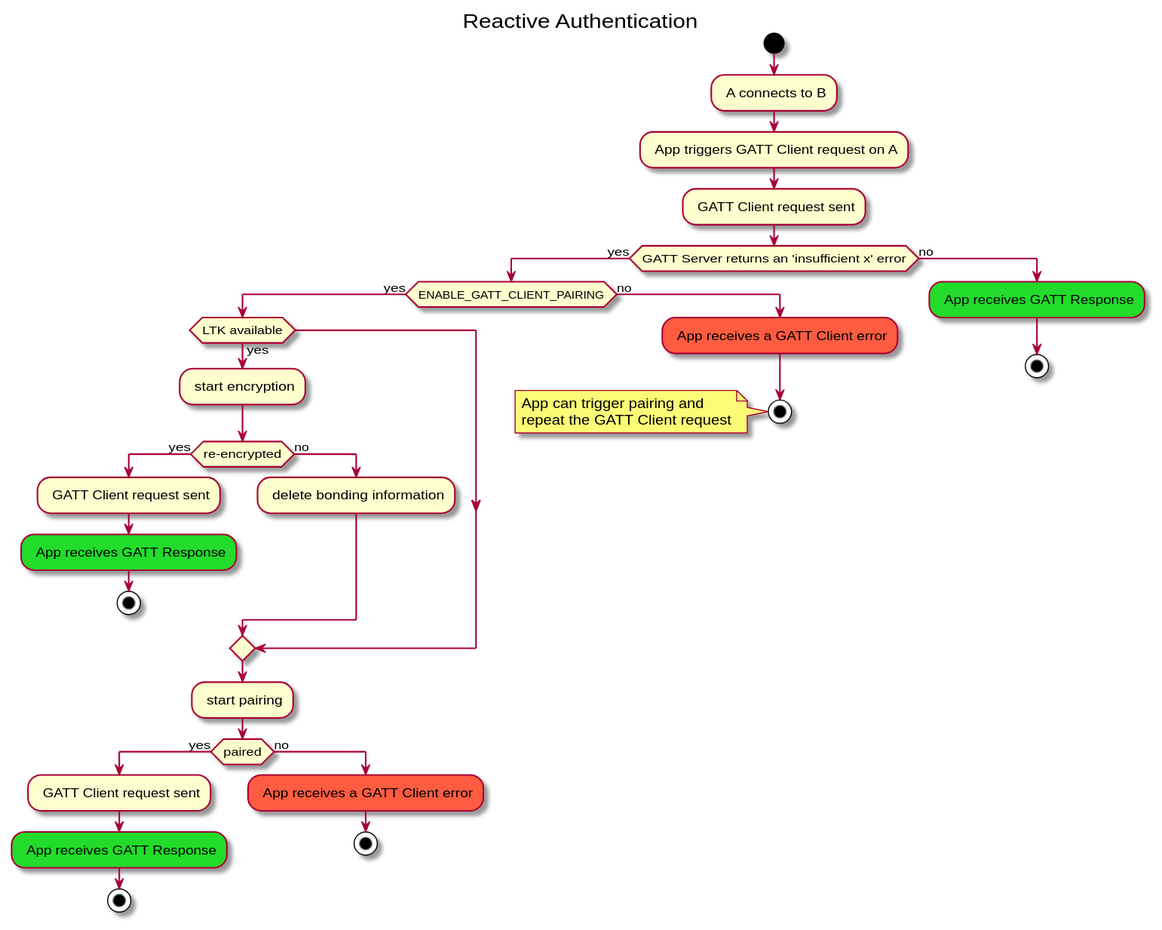
This is doc/manual/docs/picts/le_security_flow_control_reactive_authentication.svg from bluekitchen/btstack, a PlantUML export, as it was before one commit. The source it was exported from:
```plantuml
@startuml
title Reactive Authentication
start
: A connects to B;
: App triggers GATT Client request on A;
: GATT Client request sent;

if (GATT Server returns an 'insufficient x' error) then (yes)
  if (ENABLE_GATT_CLIENT_PAIRING) then (yes)
    if (LTK available) then (yes)
      : start encryption;
      if (re-encrypted) then (yes)
        : GATT Client request sent;
        #23DB2B : App receives GATT Response;
        stop
      else (no)
        : delete bonding information;
      endif
   endif
    : start pairing;
      if (paired) then (yes)
        : GATT Client request sent;
        #23DB2B : App receives GATT Response;
        stop
      else (no)
        #FD5B41 : App receives a GATT Client error;
        stop
      endif
  else (no)
    #FD5B41 : App receives a GATT Client error;
    stop
    note left
      App can trigger pairing and
      repeat the GATT Client request
    end note
  endif
else (no)
  #23DB2B : App receives GATT Response;
  stop
endif
@enduml
```
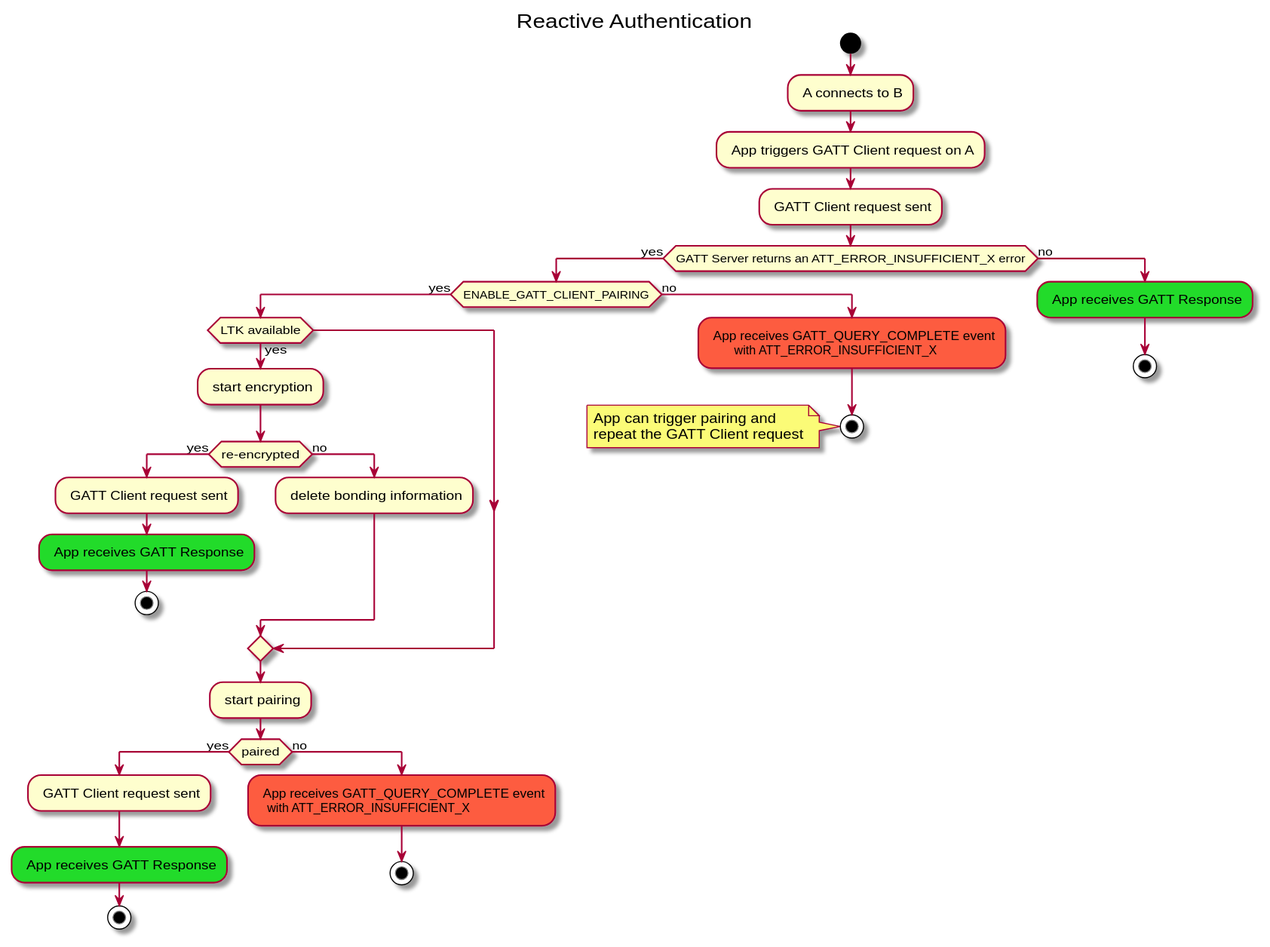
After the change.

Commit message:
doc: update le security authenticaiton flow control

The edit, as a diff of the source:
```diff
@@ -5,7 +5,7 @@
 : App triggers GATT Client request on A;
 : GATT Client request sent;
 
-if (GATT Server returns an 'insufficient x' error) then (yes)
+if (GATT Server returns an ATT_ERROR_INSUFFICIENT_X error) then (yes)
   if (ENABLE_GATT_CLIENT_PAIRING) then (yes)
     if (LTK available) then (yes)
       : start encryption;
@@ -16,18 +16,22 @@
       else (no)
         : delete bonding information;
       endif
+
    endif
+
     : start pairing;
       if (paired) then (yes)
         : GATT Client request sent;
         #23DB2B : App receives GATT Response;
         stop
       else (no)
-        #FD5B41 : App receives a GATT Client error;
+        #FD5B41: App receives GATT_QUERY_COMPLETE event
+          with ATT_ERROR_INSUFFICIENT_X;
         stop
       endif
   else (no)
-    #FD5B41 : App receives a GATT Client error;
+    #FD5B41: App receives GATT_QUERY_COMPLETE event
+          with ATT_ERROR_INSUFFICIENT_X;
     stop
     note left
       App can trigger pairing and
```
